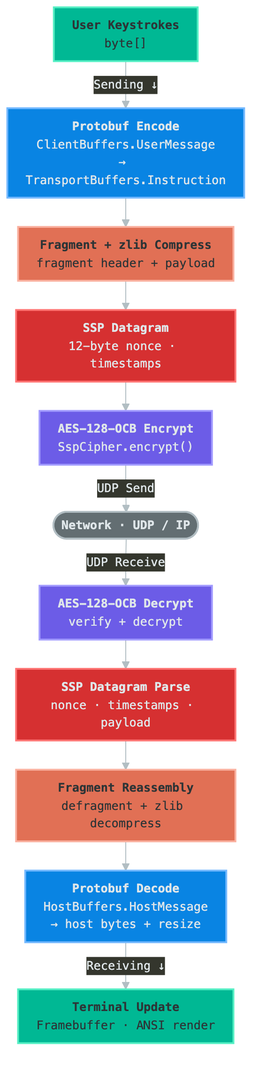
Before: docs/images/mosh4j-protocol-stack.png, a diagram exported from Mermaid (chardonnay/mosh4j). Its source is kept beside it as docs/diagrams/mosh4j-protocol-stack.mmd.
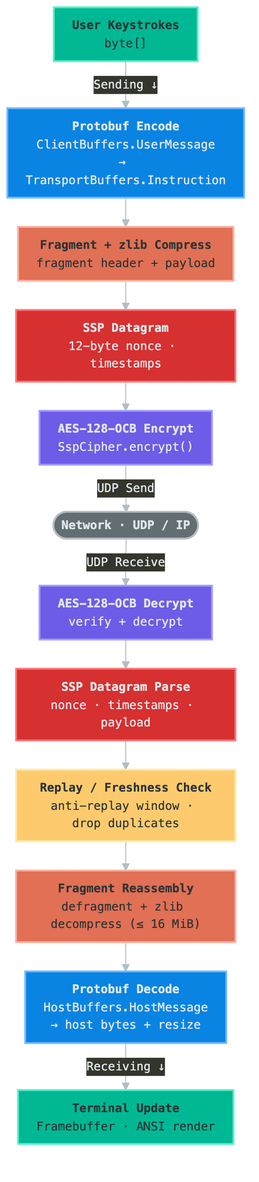
After the commit.

Change to the diagram source:
```diff
@@ -23,6 +23,7 @@
     classDef sspLayer   fill:#d63031,stroke:#ff7675,color:#dfe6e9,stroke-width:2px
     classDef cryptLayer fill:#6c5ce7,stroke:#a29bfe,color:#dfe6e9,stroke-width:2px
     classDef netLayer   fill:#636e72,stroke:#b2bec3,color:#dfe6e9,stroke-width:2px
+    classDef secLayer   fill:#fdcb6e,stroke:#ffeaa7,color:#2d3436,stroke-width:2px
 
     S1["<b>User Keystrokes</b><br/>byte[]"]:::appLayer
     S2["<b>Protobuf Encode</b><br/>ClientBuffers.UserMessage<br/>→ TransportBuffers.Instruction"]:::protoLayer
@@ -34,7 +35,8 @@
 
     R5["<b>AES-128-OCB Decrypt</b><br/>verify + decrypt"]:::cryptLayer
     R4["<b>SSP Datagram Parse</b><br/>nonce · timestamps · payload"]:::sspLayer
-    R3["<b>Fragment Reassembly</b><br/>defragment + zlib decompress"]:::fragLayer
+    RX["<b>Replay / Freshness Check</b><br/>anti-replay window · drop duplicates"]:::secLayer
+    R3["<b>Fragment Reassembly</b><br/>defragment + zlib decompress (≤ 16 MiB)"]:::fragLayer
     R2["<b>Protobuf Decode</b><br/>HostBuffers.HostMessage<br/>→ host bytes + resize"]:::protoLayer
     R1["<b>Terminal Update</b><br/>Framebuffer · ANSI render"]:::appLayer
 
@@ -42,5 +44,5 @@
     S2 --> S3 --> S4 --> S5
     S5 -->|"UDP Send"| NET
     NET -->|"UDP Receive"| R5
-    R5 --> R4 --> R3 --> R2
+    R5 --> R4 --> RX --> R3 --> R2
     R2 -->|"Receiving  ↓"| R1
```
